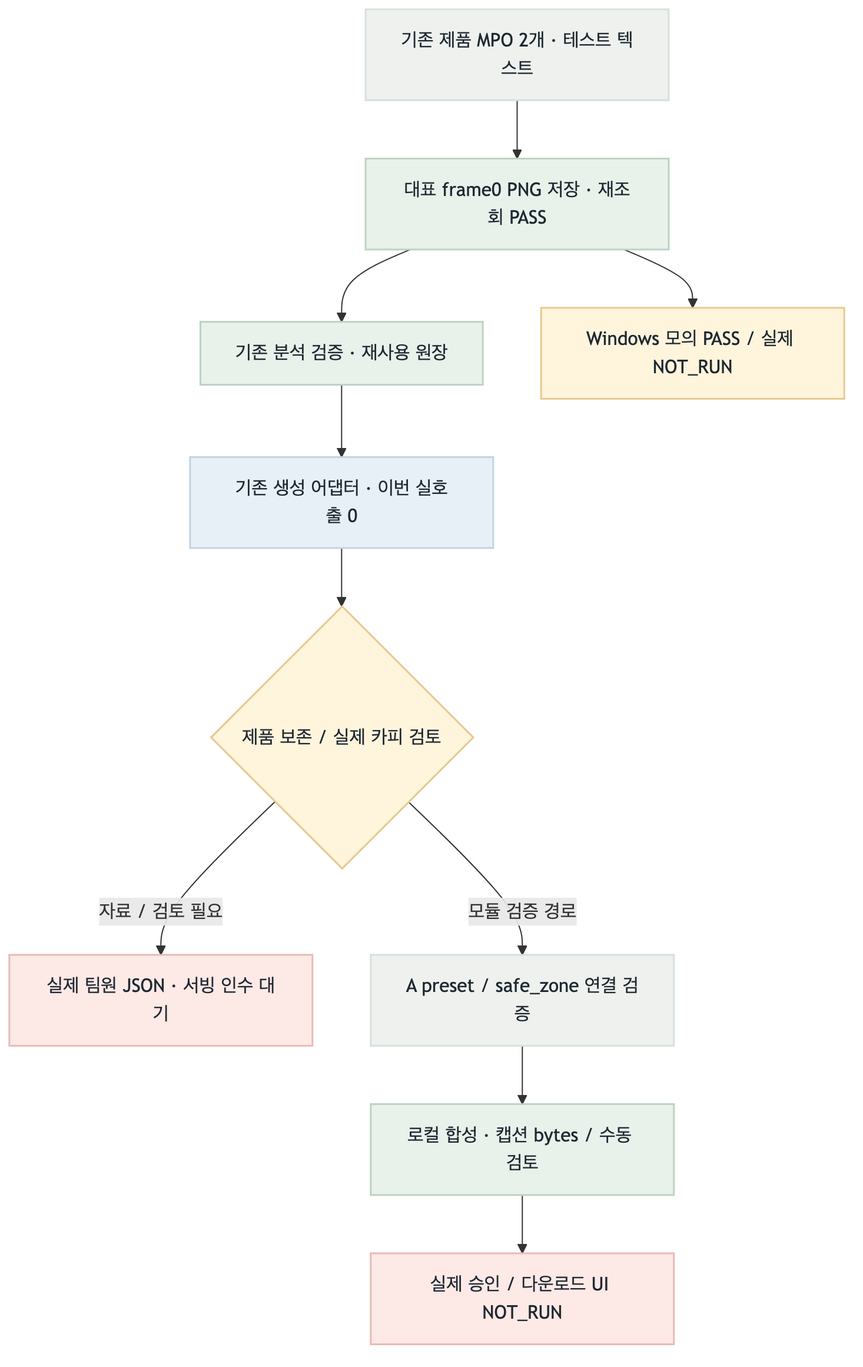
uyt5041-lab/beauty-ai-models keeps this Mermaid diagram as fivecircles/architecture/spec/image-mvp-relay-flow-20261030-current-flow.png. Above is the earlier version. Its source is kept beside it as fivecircles/architecture/spec/image-mvp-relay-flow-20261030-current-flow.mmd.
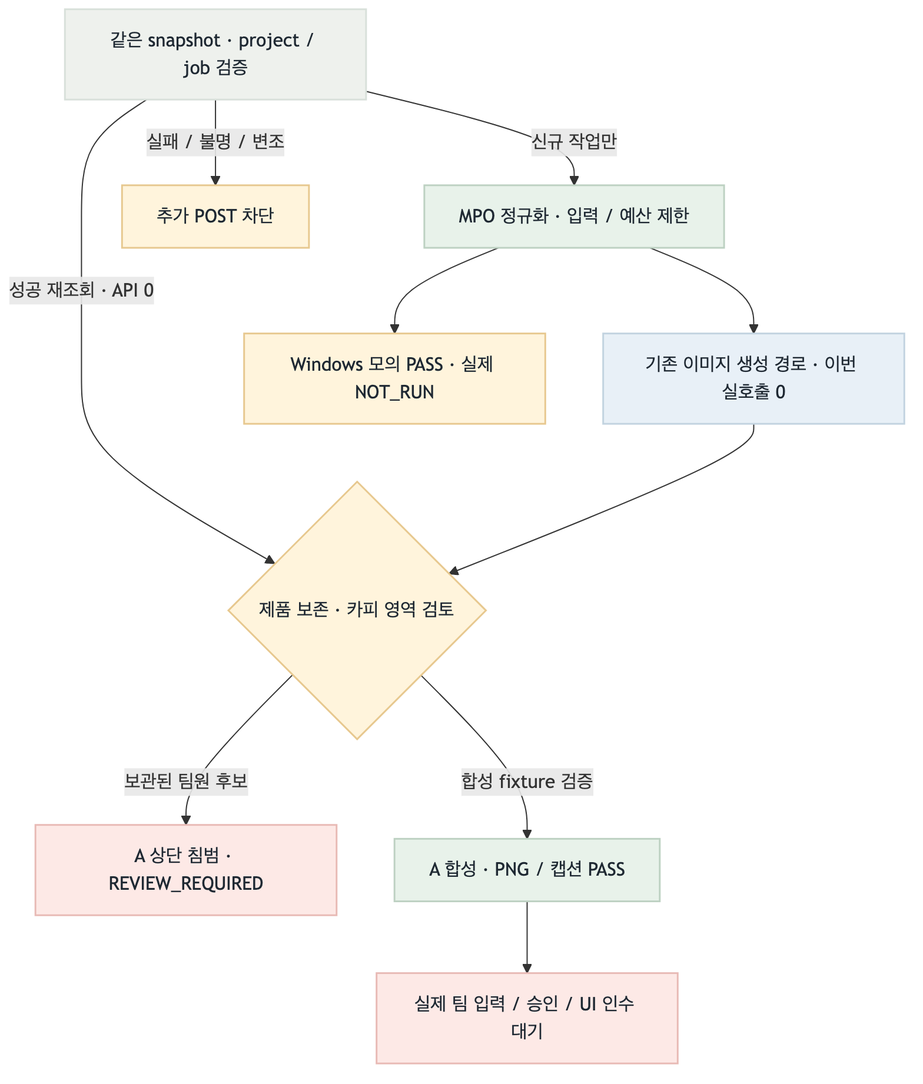
After the commit.

The edit, as a diff of the source:
```diff
@@ -1,13 +1,14 @@
 flowchart TD
- U["기존 제품 MPO 2개 · 테스트 텍스트"]:::gray --> N["대표 frame0 PNG 저장 · 재조회 PASS"]:::green
- N --> V["기존 분석 검증 · 재사용 원장"]:::green
- V --> G["기존 생성 어댑터 · 이번 실호출 0"]:::blue
- G --> R{"제품 보존 / 실제 카피 검토"}:::amber
- R -->|"자료 / 검토 필요"| X["실제 팀원 JSON · 서빙 인수 대기"]:::red
- R -->|"모듈 검증 경로"| A["A preset / safe_zone 연결 검증"]:::gray
- A --> C["로컬 합성 · 캡션 bytes / 수동 검토"]:::green
- C --> D["실제 승인 / 다운로드 UI NOT_RUN"]:::red
- N --> W["Windows 모의 PASS / 실제 NOT_RUN"]:::amber
+ B["같은 snapshot · project / job 검증"]:::gray
+ B -->|"성공 재조회 · API 0"| R{"제품 보존 · 카피 영역 검토"}:::amber
+ B -->|"신규 작업만"| N["MPO 정규화 · 입력 / 예산 제한"]:::green
+ B -->|"실패 / 불명 / 변조"| X["추가 POST 차단"]:::amber
+ N --> G["기존 이미지 생성 경로 · 이번 실호출 0"]:::blue
+ N --> W["Windows 모의 PASS · 실제 NOT_RUN"]:::amber
+ G --> R
+ R -->|"보관된 팀원 후보"| Q["A 상단 침범 · REVIEW_REQUIRED"]:::red
+ R -->|"합성 fixture 검증"| C["A 합성 · PNG / 캡션 PASS"]:::green
+ C --> D["실제 팀 입력 / 승인 / UI 인수 대기"]:::red
 classDef green fill:#e8f2ea,stroke:#bdd1c2,color:#1f2933,stroke-width:1.5px
 classDef blue fill:#e8f0f7,stroke:#c2d3e0,color:#1f2933,stroke-width:1.5px
 classDef amber fill:#fff4dc,stroke:#e7c88f,color:#1f2933,stroke-width:1.5px
```
